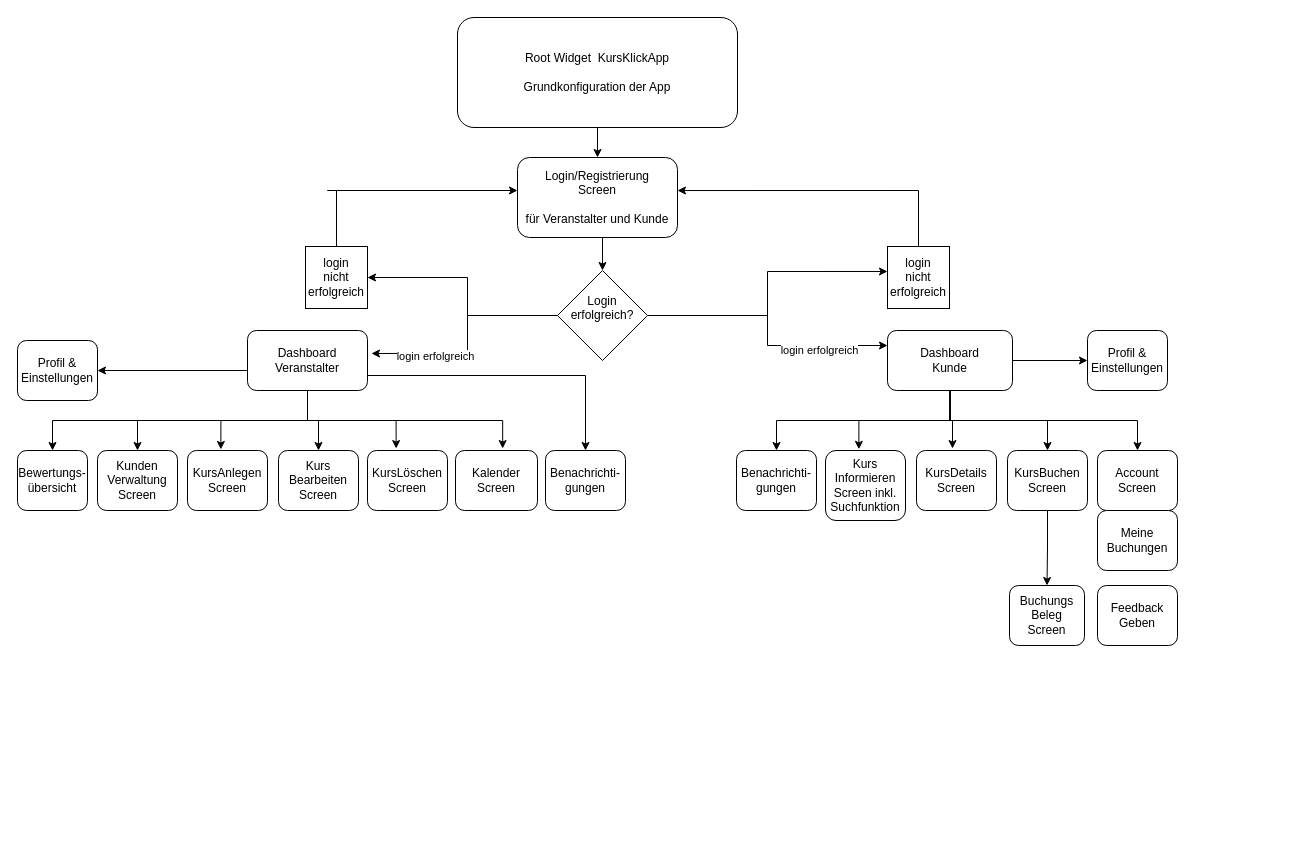
Earlier version of the draw.io diagram KursKlick.drawio (CorinaGo/KursKlickApp). Source tidied: cells renumbered, new cells numbered last; positions are measured from the earlier drawing's top-left corner, leaving out a move shared by most shapes. Both pictures are drawn from the tidied source at 100%, with x=0, y=0 at pixel (17, 17).
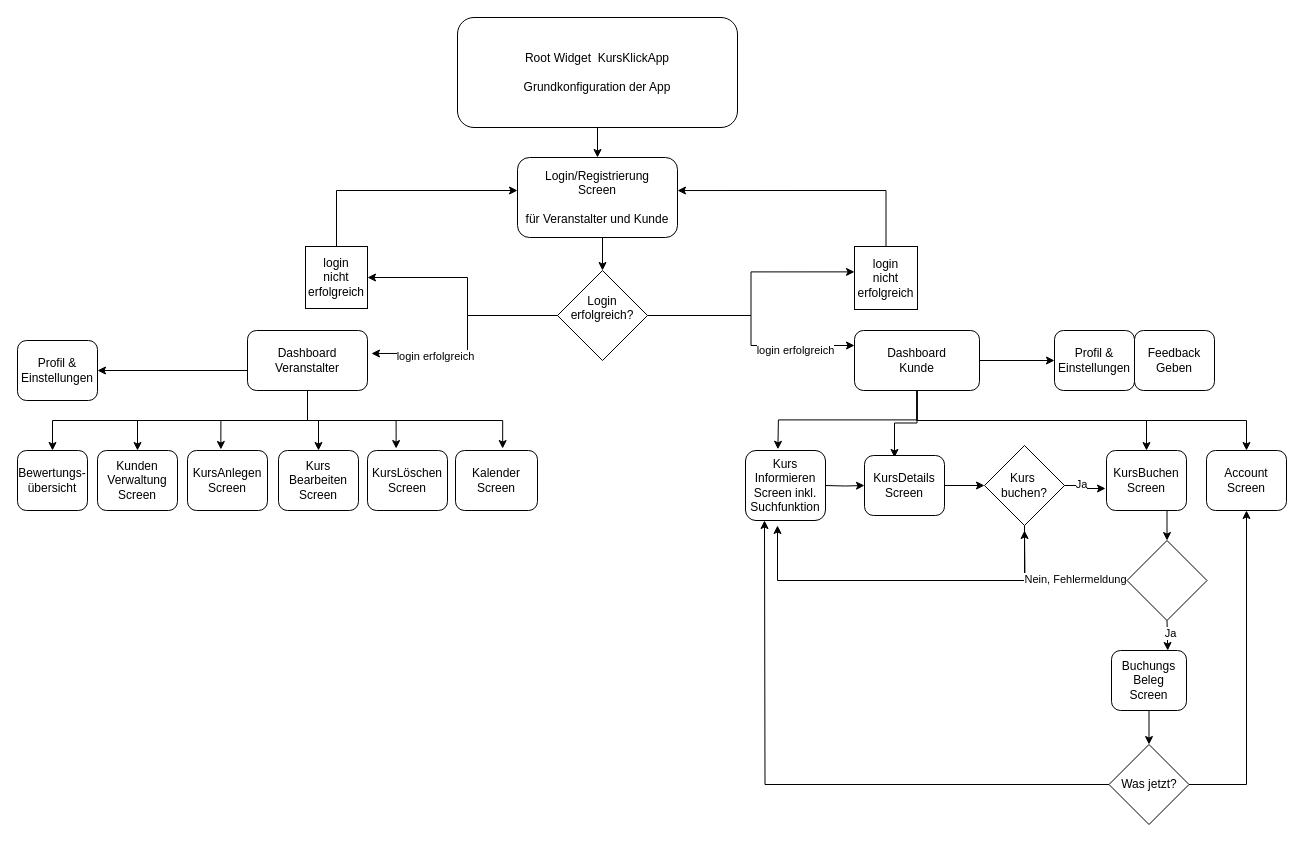
The same page after the edit.

Unchanged cells that the change refers to:
```xml
<mxCell id="14" value="Dashboard&lt;br&gt;Veranstalter" style="rounded=1;whiteSpace=wrap;html=1;" parent="1" vertex="1">
  <mxGeometry x="230" y="313" width="120" height="60" as="geometry" />
</mxCell>
<mxCell id="51" value="&lt;div&gt;login&lt;/div&gt;&lt;div&gt;nicht&lt;/div&gt;&lt;div&gt;erfolgreich&lt;br&gt;&lt;/div&gt;" style="whiteSpace=wrap;html=1;" parent="1" vertex="1">
  <mxGeometry x="288" y="229" width="62" height="62" as="geometry" />
</mxCell>
```

The edit, as a diff of the source:
```diff
@@
-    <mxCell id="13" style="edgeStyle=orthogonalEdgeStyle;rounded=0;jettySize=auto;html=1;exitX=1;exitY=0.75;exitDx=0;exitDy=0;entryX=0.5;entryY=0;entryDx=0;entryDy=0;" parent="1" edge="1" source="14" target="34">
-      <mxGeometry relative="1" as="geometry" />
-    </mxCell>
@@
+    <mxCell id="18" style="edgeStyle=orthogonalEdgeStyle;rounded=0;jettySize=auto;html=1;exitX=0.5;exitY=1;exitDx=0;exitDy=0;entryX=0.417;entryY=-0.017;entryDx=0;entryDy=0;entryPerimeter=0;" parent="1" edge="1" source="21">
+      <mxGeometry relative="1" as="geometry">
+        <mxPoint x="760.4" y="431.8" as="targetPoint" />
+      </mxGeometry>
+    </mxCell>
+    <mxCell id="20" style="edgeStyle=orthogonalEdgeStyle;rounded=0;jettySize=auto;html=1;exitX=1;exitY=0.5;exitDx=0;exitDy=0;entryX=0;entryY=0.5;entryDx=0;entryDy=0;" parent="1" edge="1" source="21" target="37">
+      <mxGeometry relative="1" as="geometry" />
+    </mxCell>
-    <mxCell id="17" style="edgeStyle=orthogonalEdgeStyle;rounded=0;jettySize=auto;html=1;exitX=0.5;exitY=1;exitDx=0;exitDy=0;entryX=0.45;entryY=-0.033;entryDx=0;entryDy=0;entryPerimeter=0;" parent="1" edge="1" source="21" target="27">
+    <mxCell id="17" style="edgeStyle=orthogonalEdgeStyle;rounded=0;jettySize=auto;html=1;exitX=0.5;exitY=1;exitDx=0;exitDy=0;entryX=0.375;entryY=0.033;entryDx=0;entryDy=0;entryPerimeter=0;" parent="1" edge="1" source="21" target="27">
       <mxGeometry relative="1" as="geometry" />
     </mxCell>
-    <mxCell id="18" style="edgeStyle=orthogonalEdgeStyle;rounded=0;jettySize=auto;html=1;exitX=0.5;exitY=1;exitDx=0;exitDy=0;entryX=0.417;entryY=-0.017;entryDx=0;entryDy=0;entryPerimeter=0;" parent="1" edge="1" source="21" target="26">
-      <mxGeometry relative="1" as="geometry" />
-    </mxCell>
-    <mxCell id="19" style="edgeStyle=orthogonalEdgeStyle;rounded=0;jettySize=auto;html=1;exitX=0.5;exitY=1;exitDx=0;exitDy=0;entryX=0.5;entryY=0;entryDx=0;entryDy=0;" parent="1" edge="1" source="21" target="33">
-      <mxGeometry relative="1" as="geometry" />
-    </mxCell>
-    <mxCell id="20" style="edgeStyle=orthogonalEdgeStyle;rounded=0;jettySize=auto;html=1;exitX=1;exitY=0.5;exitDx=0;exitDy=0;entryX=0;entryY=0.5;entryDx=0;entryDy=0;" parent="1" edge="1" source="21" target="37">
-      <mxGeometry relative="1" as="geometry" />
-    </mxCell>
     <mxCell id="21" value="Dashboard&lt;br&gt;Kunde" style="rounded=1;whiteSpace=wrap;html=1;" parent="1" vertex="1">
-      <mxGeometry x="870" y="313" width="125" height="60" as="geometry" />
+      <mxGeometry x="837" y="313" width="125" height="60" as="geometry" />
     </mxCell>
@@
+    <mxCell id="52" style="edgeStyle=orthogonalEdgeStyle;rounded=0;jettySize=auto;html=1;exitX=1;exitY=0.5;exitDx=0;exitDy=0;entryX=0;entryY=0.5;entryDx=0;entryDy=0;" parent="1" edge="1" target="27">
+      <mxGeometry relative="1" as="geometry">
+        <mxPoint x="807" y="468" as="sourcePoint" />
+      </mxGeometry>
+    </mxCell>
     <mxCell id="26" value="Kurs&lt;br&gt;Informieren&lt;br&gt;Screen inkl. Suchfunktion" style="rounded=1;whiteSpace=wrap;html=1;" parent="1" vertex="1">
-      <mxGeometry x="808" y="433" width="80" height="70" as="geometry" />
+      <mxGeometry x="728" y="433" width="80" height="70" as="geometry" />
     </mxCell>
+    <mxCell id="53" style="edgeStyle=orthogonalEdgeStyle;rounded=0;jettySize=auto;html=1;exitX=1;exitY=0.5;exitDx=0;exitDy=0;entryX=0;entryY=0.5;entryDx=0;entryDy=0;" parent="1" edge="1" source="27" target="59">
+      <mxGeometry relative="1" as="geometry" />
+    </mxCell>
     <mxCell id="27" value="KursDetails&lt;br&gt;Screen" style="rounded=1;whiteSpace=wrap;html=1;" parent="1" vertex="1">
-      <mxGeometry x="899" y="433" width="80" height="60" as="geometry" />
+      <mxGeometry x="847" y="438" width="80" height="60" as="geometry" />
     </mxCell>
-    <mxCell id="28" style="edgeStyle=orthogonalEdgeStyle;rounded=0;jettySize=auto;html=1;exitX=0.5;exitY=1;exitDx=0;exitDy=0;entryX=0.5;entryY=0;entryDx=0;entryDy=0;" parent="1" edge="1" source="29" target="32">
-      <mxGeometry relative="1" as="geometry" />
-    </mxCell>
+    <mxCell id="54" style="edgeStyle=orthogonalEdgeStyle;rounded=0;jettySize=auto;html=1;exitX=0.5;exitY=1;exitDx=0;exitDy=0;entryX=0.5;entryY=0;entryDx=0;entryDy=0;" parent="1" edge="1" source="29" target="67">
+      <mxGeometry relative="1" as="geometry" />
+    </mxCell>
     <mxCell id="29" value="KursBuchen&lt;br&gt;Screen" style="rounded=1;whiteSpace=wrap;html=1;" parent="1" vertex="1">
-      <mxGeometry x="990" y="433" width="80" height="60" as="geometry" />
+      <mxGeometry x="1089" y="433" width="80" height="60" as="geometry" />
     </mxCell>
     <mxCell id="30" value="Account&lt;br&gt;Screen" style="rounded=1;whiteSpace=wrap;html=1;" parent="1" vertex="1">
-      <mxGeometry x="1080" y="433" width="80" height="60" as="geometry" />
+      <mxGeometry x="1189" y="433" width="80" height="60" as="geometry" />
     </mxCell>
@@
+    <mxCell id="55" style="edgeStyle=orthogonalEdgeStyle;rounded=0;jettySize=auto;html=1;exitX=0.5;exitY=1;exitDx=0;exitDy=0;entryX=0.5;entryY=0;entryDx=0;entryDy=0;" parent="1" edge="1" source="32" target="62">
+      <mxGeometry relative="1" as="geometry" />
+    </mxCell>
     <mxCell id="32" value="Buchungs&lt;br&gt;Beleg&lt;br&gt;Screen" style="rounded=1;whiteSpace=wrap;html=1;" parent="1" vertex="1">
-      <mxGeometry x="992" y="568" width="75" height="60" as="geometry" />
+      <mxGeometry x="1094" y="633" width="75" height="60" as="geometry" />
     </mxCell>
-    <mxCell id="33" value="Benachrichti-gungen" style="rounded=1;whiteSpace=wrap;html=1;" parent="1" vertex="1">
-      <mxGeometry x="719" y="433" width="80" height="60" as="geometry" />
-    </mxCell>
-    <mxCell id="34" value="Benachrichti-gungen" style="rounded=1;whiteSpace=wrap;html=1;" parent="1" vertex="1">
-      <mxGeometry x="528" y="433" width="80" height="60" as="geometry" />
-    </mxCell>
     <mxCell id="35" value="Feedback&lt;br&gt;Geben" style="rounded=1;whiteSpace=wrap;html=1;" parent="1" vertex="1">
-      <mxGeometry x="1080" y="568" width="80" height="60" as="geometry" />
+      <mxGeometry x="1117" y="313" width="80" height="60" as="geometry" />
     </mxCell>
@@
     <mxCell id="37" value="Profil &amp;amp;&lt;br&gt;Einstellungen" style="rounded=1;whiteSpace=wrap;html=1;" parent="1" vertex="1">
-      <mxGeometry x="1070" y="313" width="80" height="60" as="geometry" />
+      <mxGeometry x="1037" y="313" width="80" height="60" as="geometry" />
     </mxCell>
@@
-    <mxCell id="39" value="Meine&lt;br&gt;Buchungen" style="rounded=1;whiteSpace=wrap;html=1;" parent="1" vertex="1">
-      <mxGeometry x="1080" y="493" width="80" height="60" as="geometry" />
-    </mxCell>
@@
     <mxCell id="49" value="&lt;div&gt;login&lt;/div&gt;&lt;div&gt;nicht&lt;/div&gt;&lt;div&gt;erfolgreich&lt;br&gt;&lt;/div&gt;" style="whiteSpace=wrap;html=1;" parent="1" vertex="1">
-      <mxGeometry x="870" y="229" width="62" height="62" as="geometry" />
+      <mxGeometry x="837" y="229" width="63" height="63" as="geometry" />
     </mxCell>
     <mxCell id="50" style="edgeStyle=orthogonalEdgeStyle;rounded=0;jettySize=auto;html=1;exitX=0.5;exitY=0;exitDx=0;exitDy=0;" parent="1" edge="1" source="51">
       <mxGeometry relative="1" as="geometry">
         <mxPoint x="500" y="173" as="targetPoint" />
         <Array as="points">
-          <mxPoint x="310" y="173" />
-          <mxPoint x="500" y="173" />
+          <mxPoint x="319" y="173" />
         </Array>
       </mxGeometry>
     </mxCell>
@@
+    <mxCell id="56" style="edgeStyle=orthogonalEdgeStyle;rounded=0;jettySize=auto;html=1;exitX=1;exitY=0.5;exitDx=0;exitDy=0;entryX=-0.012;entryY=0.633;entryDx=0;entryDy=0;entryPerimeter=0;" parent="1" edge="1" source="59" target="29">
+      <mxGeometry relative="1" as="geometry" />
+    </mxCell>
+    <mxCell id="57" value="&lt;div&gt;Ja&lt;/div&gt;" style="edgeLabel;html=1;align=center;verticalAlign=middle;" parent="56" vertex="1">
+      <mxGeometry x="-0.27" y="2" relative="1" as="geometry" />
+    </mxCell>
+    <mxCell id="58" style="edgeStyle=orthogonalEdgeStyle;rounded=0;jettySize=auto;html=1;exitX=0.5;exitY=1;exitDx=0;exitDy=0;" parent="1" edge="1" source="59">
+      <mxGeometry relative="1" as="geometry">
+        <mxPoint x="760" y="508" as="targetPoint" />
+        <Array as="points">
+          <mxPoint x="1007" y="563" />
+          <mxPoint x="760" y="563" />
+        </Array>
+      </mxGeometry>
+    </mxCell>
+    <mxCell id="59" value="&lt;div&gt;Kurs&amp;nbsp;&lt;/div&gt;&lt;div&gt;buchen?&lt;/div&gt;" style="rhombus;whiteSpace=wrap;html=1;" parent="1" vertex="1">
+      <mxGeometry x="967" y="428" width="80" height="80" as="geometry" />
+    </mxCell>
+    <mxCell id="60" style="edgeStyle=orthogonalEdgeStyle;rounded=0;jettySize=auto;html=1;exitX=0;exitY=0.5;exitDx=0;exitDy=0;entryX=0.25;entryY=1;entryDx=0;entryDy=0;" parent="1" edge="1" source="62">
+      <mxGeometry relative="1" as="geometry">
+        <mxPoint x="747" y="503" as="targetPoint" />
+      </mxGeometry>
+    </mxCell>
+    <mxCell id="61" style="edgeStyle=orthogonalEdgeStyle;rounded=0;jettySize=auto;html=1;exitX=1;exitY=0.5;exitDx=0;exitDy=0;entryX=0.5;entryY=1;entryDx=0;entryDy=0;" parent="1" edge="1" source="62" target="30">
+      <mxGeometry relative="1" as="geometry" />
+    </mxCell>
+    <mxCell id="62" value="Was jetzt?" style="rhombus;whiteSpace=wrap;html=1;" parent="1" vertex="1">
+      <mxGeometry x="1091.5" y="727" width="80" height="80" as="geometry" />
+    </mxCell>
+    <mxCell id="63" style="edgeStyle=orthogonalEdgeStyle;rounded=0;jettySize=auto;html=1;exitX=0;exitY=0.5;exitDx=0;exitDy=0;" parent="1" edge="1" source="67">
+      <mxGeometry relative="1" as="geometry">
+        <mxPoint x="1007" y="513" as="targetPoint" />
+      </mxGeometry>
+    </mxCell>
+    <mxCell id="64" value="Nein, Fehlermeldung" style="edgeLabel;html=1;align=center;verticalAlign=middle;" parent="63" vertex="1">
+      <mxGeometry x="-0.31" y="-2" relative="1" as="geometry" />
+    </mxCell>
+    <mxCell id="65" style="edgeStyle=orthogonalEdgeStyle;rounded=0;jettySize=auto;html=1;exitX=0.5;exitY=1;exitDx=0;exitDy=0;entryX=0.75;entryY=0;entryDx=0;entryDy=0;" parent="1" edge="1" source="67" target="32">
+      <mxGeometry relative="1" as="geometry" />
+    </mxCell>
+    <mxCell id="66" value="Ja" style="edgeLabel;html=1;align=center;verticalAlign=middle;" parent="65" vertex="1">
+      <mxGeometry x="-0.13" y="3" relative="1" as="geometry" />
+    </mxCell>
+    <mxCell id="67" style="rhombus;whiteSpace=wrap;html=1;" parent="1" vertex="1">
+      <mxGeometry x="1109.5" y="523" width="80" height="80" as="geometry" />
+    </mxCell>
```
